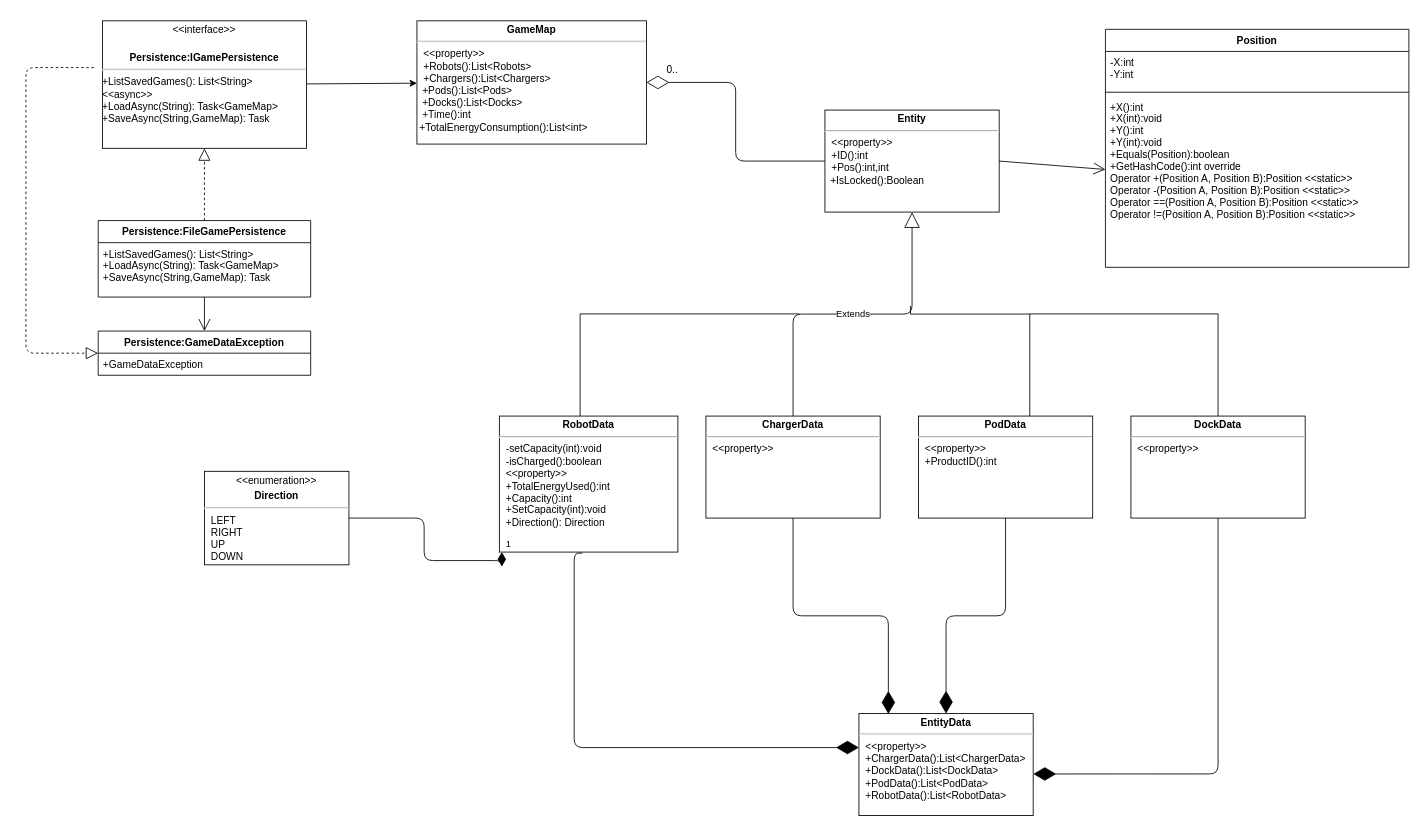
Earlier version of the draw.io diagram documents/uml/Persistence.drawio (Toncsimoncsi/Inventory-Management-System). Source tidied: cells renumbered, new cells numbered last; positions are measured from the earlier drawing's top-left corner, leaving out a move shared by most shapes. Both pictures are drawn from the tidied source at 85%, with x=0, y=0 at pixel (26, 20).
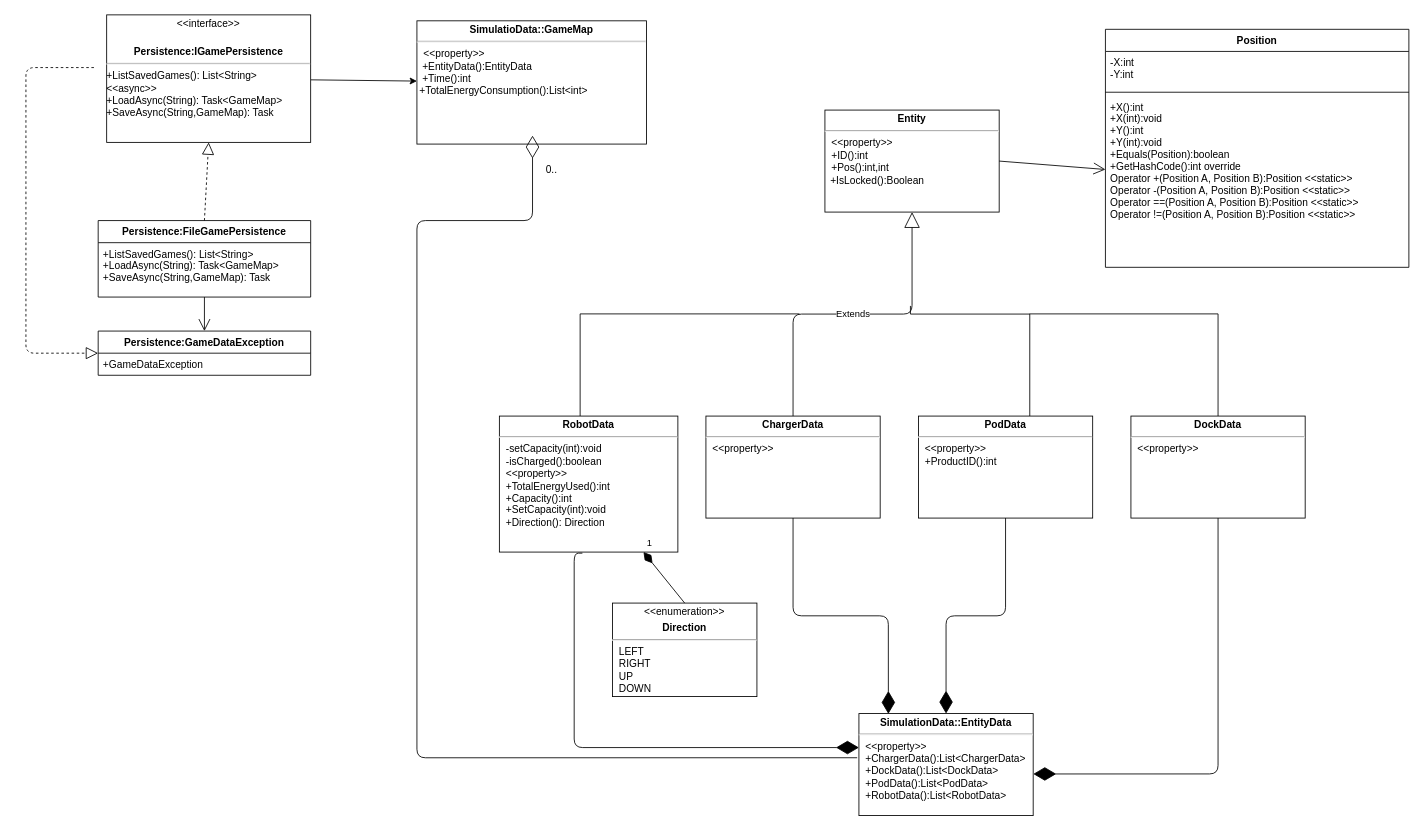
Above is the later version.

Commit message:
minor changes with class names

Unchanged cells that the change refers to:
```xml
<mxCell id="15" value="&lt;p style=&quot;margin: 4px 0px 0px ; text-align: center&quot;&gt;&lt;b&gt;RobotData&lt;/b&gt;&lt;br&gt;&lt;/p&gt;&lt;hr&gt;&lt;p style=&quot;margin: 0px ; margin-left: 8px&quot;&gt;-setCapacity(int):void&lt;/p&gt;&lt;p style=&quot;margin: 0px ; margin-left: 8px&quot;&gt;-isCharged():boolean&lt;/p&gt;&lt;p style=&quot;margin: 0px ; margin-left: 8px&quot;&gt;&amp;lt;&amp;lt;property&amp;gt;&amp;gt;&lt;/p&gt;&lt;p style=&quot;margin: 0px ; margin-left: 8px&quot;&gt;+TotalEnergyUsed():int&lt;br&gt;&lt;/p&gt;&lt;p style=&quot;margin: 0px ; margin-left: 8px&quot;&gt;+Capacity():int&lt;/p&gt;&lt;p style=&quot;margin: 0px ; margin-left: 8px&quot;&gt;+SetCapacity(int):void&lt;/p&gt;&lt;p style=&quot;margin: 0px ; margin-left: 8px&quot;&gt;+Direction(): Direction&lt;br&gt;&lt;/p&gt;" style="verticalAlign=top;align=left;overflow=fill;fontSize=12;fontFamily=Helvetica;html=1;fontStyle=0;" parent="1" vertex="1">
  <mxGeometry x="557" y="465" width="210" height="160" as="geometry" />
</mxCell>
<mxCell id="16" value="&lt;p style=&quot;margin: 4px 0px 0px ; text-align: center&quot;&gt;&lt;b&gt;Entity&lt;/b&gt;&lt;/p&gt;&lt;hr&gt;&lt;p style=&quot;margin: 0px ; margin-left: 8px&quot;&gt;&amp;lt;&amp;lt;property&amp;gt;&amp;gt;&lt;br&gt;&lt;/p&gt;&lt;p style=&quot;margin: 0px ; margin-left: 8px&quot;&gt;+ID():int&lt;/p&gt;&lt;p style=&quot;margin: 0px ; margin-left: 8px&quot;&gt;+Pos():int,int&lt;/p&gt;&lt;div&gt;&amp;nbsp; +IsLocked():Boolean&lt;br&gt;&lt;/div&gt;" style="verticalAlign=top;align=left;overflow=fill;fontSize=12;fontFamily=Helvetica;html=1;fontStyle=0;" parent="1" vertex="1">
  <mxGeometry x="940" y="105" width="205" height="120" as="geometry" />
</mxCell>
```

Diff of the diagram source:
```diff
@@
     <mxCell id="7" value="&lt;p style=&quot;margin: 4px 0px 0px ; text-align: center&quot;&gt;&amp;lt;&amp;lt;interface&amp;gt;&amp;gt;&lt;/p&gt;&lt;p style=&quot;margin: 4px 0px 0px ; text-align: center&quot;&gt;&lt;br&gt;&lt;b&gt;Persistence:IGamePersistence&lt;/b&gt;&lt;/p&gt;&lt;hr&gt;&lt;div&gt;+ListSavedGames(): List&amp;lt;String&amp;gt;&lt;/div&gt;&lt;div&gt;&amp;lt;&amp;lt;async&amp;gt;&amp;gt;&lt;/div&gt;+LoadAsync(String): Task&amp;lt;GameMap&amp;gt;&lt;br&gt;+SaveAsync(String,GameMap): Task&lt;div&gt;&lt;br&gt;&lt;/div&gt;&lt;div&gt;&lt;br&gt;&lt;/div&gt;&lt;div&gt;&lt;br&gt;&lt;/div&gt;&lt;div&gt;&lt;br&gt;&lt;br&gt;&lt;/div&gt;&lt;p style=&quot;margin: 0px ; margin-left: 8px&quot;&gt;&lt;br&gt;&lt;/p&gt;" style="verticalAlign=top;align=left;overflow=fill;fontSize=12;fontFamily=Helvetica;html=1;fontStyle=0;" parent="1" vertex="1">
-      <mxGeometry x="90" width="240" height="150" as="geometry" />
+      <mxGeometry x="95" y="-7" width="240" height="150" as="geometry" />
     </mxCell>
-    <mxCell id="8" value="&lt;p style=&quot;margin: 4px 0px 0px; text-align: center;&quot;&gt;&lt;b&gt;EntityData&lt;/b&gt;&lt;/p&gt;&lt;hr&gt;&lt;p style=&quot;margin: 0px ; margin-left: 8px&quot;&gt;&amp;lt;&amp;lt;property&amp;gt;&amp;gt;&lt;br&gt;&lt;/p&gt;&lt;p style=&quot;margin: 0px ; margin-left: 8px&quot;&gt;+ChargerData():List&amp;lt;ChargerData&amp;gt;&lt;/p&gt;&lt;p style=&quot;margin: 0px ; margin-left: 8px&quot;&gt;+DockData():List&amp;lt;DockData&amp;gt;&lt;/p&gt;&lt;p style=&quot;margin: 0px ; margin-left: 8px&quot;&gt;+PodData():List&amp;lt;PodData&amp;gt;&lt;/p&gt;&lt;p style=&quot;margin: 0px ; margin-left: 8px&quot;&gt;+RobotData():List&amp;lt;RobotData&amp;gt;&lt;/p&gt;" style="verticalAlign=top;align=left;overflow=fill;fontSize=12;fontFamily=Helvetica;html=1;fontStyle=0;" parent="1" vertex="1">
+    <mxCell id="8" value="&lt;p style=&quot;margin: 4px 0px 0px ; text-align: center&quot;&gt;&lt;b&gt;SimulationData::EntityData&lt;/b&gt;&lt;/p&gt;&lt;hr&gt;&lt;p style=&quot;margin: 0px ; margin-left: 8px&quot;&gt;&amp;lt;&amp;lt;property&amp;gt;&amp;gt;&lt;br&gt;&lt;/p&gt;&lt;p style=&quot;margin: 0px ; margin-left: 8px&quot;&gt;+ChargerData():List&amp;lt;ChargerData&amp;gt;&lt;/p&gt;&lt;p style=&quot;margin: 0px ; margin-left: 8px&quot;&gt;+DockData():List&amp;lt;DockData&amp;gt;&lt;/p&gt;&lt;p style=&quot;margin: 0px ; margin-left: 8px&quot;&gt;+PodData():List&amp;lt;PodData&amp;gt;&lt;/p&gt;&lt;p style=&quot;margin: 0px ; margin-left: 8px&quot;&gt;+RobotData():List&amp;lt;RobotData&amp;gt;&lt;/p&gt;" style="verticalAlign=top;align=left;overflow=fill;fontSize=12;fontFamily=Helvetica;html=1;fontStyle=0;" parent="1" vertex="1">
       <mxGeometry x="980" y="815" width="205" height="120" as="geometry" />
     </mxCell>
@@
-    <mxCell id="25" value="&lt;p style=&quot;margin: 4px 0px 0px ; text-align: center&quot;&gt;&lt;b&gt;GameMap&lt;/b&gt;&lt;/p&gt;&lt;hr&gt;&lt;p style=&quot;margin: 0px ; margin-left: 8px&quot;&gt;&amp;lt;&amp;lt;property&amp;gt;&amp;gt;&lt;br&gt;&lt;/p&gt;&lt;p style=&quot;margin: 0px ; margin-left: 8px&quot;&gt;+Robots():List&amp;lt;Robots&amp;gt;&lt;/p&gt;&lt;p style=&quot;margin: 0px ; margin-left: 8px&quot;&gt;+Chargers():List&amp;lt;Chargers&amp;gt;&lt;/p&gt;&lt;div&gt;&amp;nbsp; +Pods():List&amp;lt;Pods&amp;gt;&lt;/div&gt;&lt;div&gt;&amp;nbsp; +Docks():List&amp;lt;Docks&amp;gt;&lt;/div&gt;&lt;div&gt;&amp;nbsp; +Time():int&lt;/div&gt;&lt;div&gt;&amp;nbsp;+TotalEnergyConsumption():List&amp;lt;int&amp;gt;&lt;/div&gt;&lt;div&gt;&lt;br&gt;&lt;/div&gt;&lt;div&gt;&lt;br&gt;&lt;/div&gt;&lt;div&gt;&lt;br&gt;&lt;/div&gt;" style="verticalAlign=top;align=left;overflow=fill;fontSize=12;fontFamily=Helvetica;html=1;fontStyle=0;" parent="1" vertex="1">
+    <mxCell id="25" value="&lt;p style=&quot;margin: 4px 0px 0px ; text-align: center&quot;&gt;&lt;b&gt;SimulatioData::GameMap&lt;/b&gt;&lt;/p&gt;&lt;hr&gt;&lt;p style=&quot;margin: 0px ; margin-left: 8px&quot;&gt;&amp;lt;&amp;lt;property&amp;gt;&amp;gt;&lt;br&gt;&lt;/p&gt;&lt;div&gt;&amp;nbsp; +EntityData():EntityData&lt;/div&gt;&lt;div&gt;&amp;nbsp; +Time():int&lt;/div&gt;&lt;div&gt;&amp;nbsp;+TotalEnergyConsumption():List&amp;lt;int&amp;gt;&lt;/div&gt;&lt;div&gt;&lt;br&gt;&lt;/div&gt;&lt;div&gt;&lt;br&gt;&lt;/div&gt;&lt;div&gt;&lt;br&gt;&lt;/div&gt;&lt;div&gt;&lt;br&gt;&lt;/div&gt;" style="verticalAlign=top;align=left;overflow=fill;fontSize=12;fontFamily=Helvetica;html=1;fontStyle=0;" parent="1" vertex="1">
       <mxGeometry x="460" width="270" height="145" as="geometry" />
     </mxCell>
-    <mxCell id="26" style="endArrow=diamondThin;endFill=0;endSize=24;html=1;entryX=1;entryY=0.5;entryDx=0;entryDy=0;edgeStyle=orthogonalEdgeStyle;" parent="1" edge="1" source="16" target="25">
-      <mxGeometry relative="1" as="geometry" />
+    <mxCell id="26" style="endArrow=diamondThin;endFill=0;endSize=24;html=1;edgeStyle=orthogonalEdgeStyle;exitX=-0.01;exitY=0.433;exitDx=0;exitDy=0;exitPerimeter=0;" parent="1" edge="1" source="8">
+      <mxGeometry relative="1" as="geometry">
+        <mxPoint x="596" y="135" as="targetPoint" />
+        <Array as="points">
+          <mxPoint x="460" y="867" />
+          <mxPoint x="460" y="235" />
+          <mxPoint x="596" y="235" />
+        </Array>
+      </mxGeometry>
     </mxCell>
-    <mxCell id="27" value="0.." style="text;html=1;align=left;verticalAlign=top;spacingTop=-4;" parent="1" vertex="1">
-      <mxGeometry x="752" y="48" width="30" height="20" as="geometry" />
-    </mxCell>
     <mxCell id="28" value="&lt;p style=&quot;margin: 4px 0px 0px ; text-align: center&quot;&gt;&amp;lt;&amp;lt;enumeration&amp;gt;&amp;gt;&lt;/p&gt;&lt;p style=&quot;margin: 4px 0px 0px ; text-align: center&quot;&gt;&lt;b&gt;Direction&lt;br&gt;&lt;/b&gt;&lt;/p&gt;&lt;hr&gt;&lt;p style=&quot;margin: 0px ; margin-left: 8px&quot;&gt;LEFT&lt;br&gt;RIGHT&lt;/p&gt;&lt;p style=&quot;margin: 0px ; margin-left: 8px&quot;&gt;UP&lt;/p&gt;&lt;p style=&quot;margin: 0px ; margin-left: 8px&quot;&gt;DOWN&lt;br&gt;&lt;/p&gt;&lt;p style=&quot;margin: 0px ; margin-left: 8px&quot;&gt;&lt;br&gt;&lt;/p&gt;" style="verticalAlign=top;align=left;overflow=fill;fontSize=12;fontFamily=Helvetica;html=1;fontStyle=0;" parent="1" vertex="1">
-      <mxGeometry x="210" y="530" width="170" height="110" as="geometry" />
+      <mxGeometry x="690" y="685" width="170" height="110" as="geometry" />
     </mxCell>
-    <mxCell id="29" value="1" style="endArrow=none;html=1;endSize=12;startArrow=diamondThin;startSize=14;startFill=1;align=left;verticalAlign=bottom;entryX=1;entryY=0.5;entryDx=0;entryDy=0;exitX=0.014;exitY=1;exitDx=0;exitDy=0;exitPerimeter=0;endFill=0;edgeStyle=orthogonalEdgeStyle;" parent="1" edge="1" source="15" target="28">
+    <mxCell id="29" value="1" style="endArrow=none;html=1;endSize=12;startArrow=diamondThin;startSize=14;startFill=1;align=left;verticalAlign=bottom;entryX=0.5;entryY=0;entryDx=0;entryDy=0;endFill=0;" parent="1" edge="1" source="15" target="28">
       <mxGeometry x="-1" y="3" relative="1" as="geometry" />
     </mxCell>
@@
+    <mxCell id="27" value="&lt;div&gt;0..&lt;/div&gt;&lt;div&gt;&lt;br&gt;&lt;/div&gt;" style="text;html=1;align=left;verticalAlign=top;spacingTop=-4;" parent="1" vertex="1">
+      <mxGeometry x="610" y="165" width="30" height="30" as="geometry" />
+    </mxCell>
```
